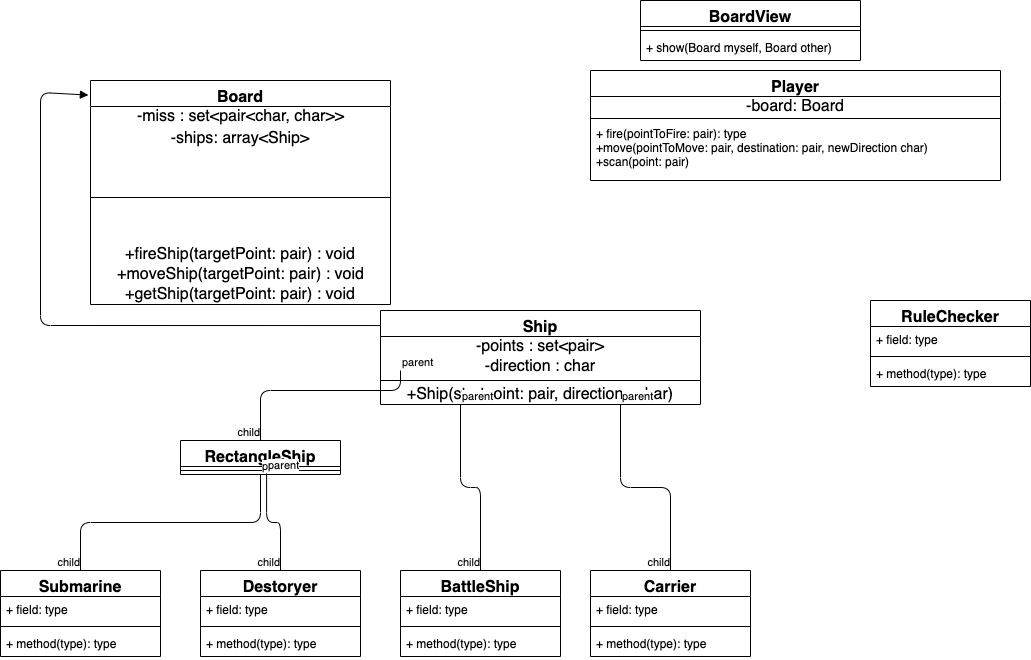
Earlier version of the draw.io export battleShipUML.png (oliverliucg/battleship-cppversion). Source tidied: cells renumbered, new cells last; positions are measured from the earlier drawing's top-left corner, leaving out a move shared by most shapes.
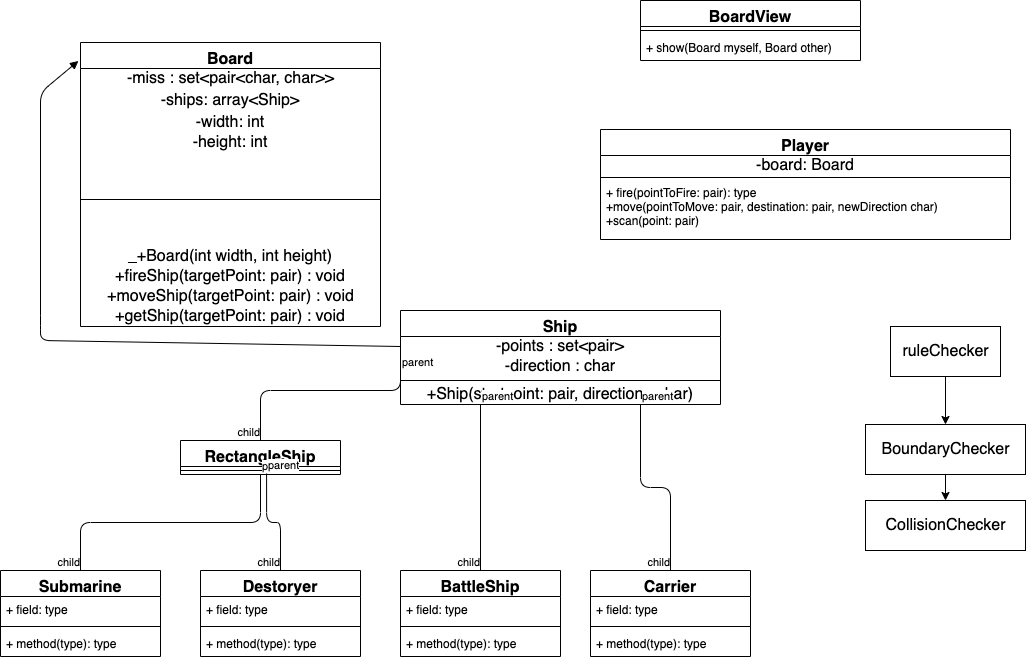
The same diagram one commit later.

The edit, as a diff of the source:
```diff
@@ -3,7 +3,7 @@
     <mxCell id="0" />
     <mxCell id="1" parent="0" />
     <mxCell id="2" value="Board" style="swimlane;fontStyle=1;align=center;verticalAlign=top;horizontal=1;startSize=26;glass=0;fontSize=16;" parent="1" vertex="1">
-      <mxGeometry x="90" y="80" width="300" height="224" as="geometry" />
+      <mxGeometry x="80" y="42" width="300" height="284" as="geometry" />
     </mxCell>
     <mxCell id="3" value="&lt;span&gt;-miss : set&amp;lt;pair&amp;lt;char, char&amp;gt;&amp;gt;&lt;/span&gt;" style="text;html=1;align=center;verticalAlign=middle;strokeColor=none;fillColor=none;fontSize=16;" parent="2" vertex="1">
       <mxGeometry y="26" width="300" height="20" as="geometry" />
@@ -11,17 +11,26 @@
     <mxCell id="4" value="-ships: array&amp;lt;Ship&amp;gt;" style="text;html=1;strokeColor=none;fillColor=none;align=center;verticalAlign=middle;whiteSpace=wrap;rounded=0;glass=0;fontSize=16;" parent="2" vertex="1">
       <mxGeometry y="46" width="300" height="24" as="geometry" />
     </mxCell>
+    <mxCell id="59" value="-width: int" style="text;html=1;strokeColor=none;fillColor=none;align=center;verticalAlign=middle;whiteSpace=wrap;rounded=0;glass=0;fontSize=16;" parent="2" vertex="1">
+      <mxGeometry y="70" width="300" height="20" as="geometry" />
+    </mxCell>
+    <mxCell id="60" value="-height: int" style="text;html=1;strokeColor=none;fillColor=none;align=center;verticalAlign=middle;whiteSpace=wrap;rounded=0;glass=0;fontSize=16;" parent="2" vertex="1">
+      <mxGeometry y="90" width="300" height="20" as="geometry" />
+    </mxCell>
     <mxCell id="5" style="line;strokeWidth=1;fillColor=none;align=left;verticalAlign=middle;spacingTop=-1;spacingLeft=3;spacingRight=3;labelPosition=right;" parent="2" vertex="1">
-      <mxGeometry y="70" width="300" height="94" as="geometry" />
+      <mxGeometry y="110" width="300" height="94" as="geometry" />
     </mxCell>
+    <mxCell id="61" value="_+Board(int width, int height)" style="text;html=1;strokeColor=none;fillColor=none;align=center;verticalAlign=middle;whiteSpace=wrap;rounded=0;glass=0;fontSize=16;" parent="2" vertex="1">
+      <mxGeometry y="204" width="300" height="20" as="geometry" />
+    </mxCell>
     <mxCell id="6" value="+fireShip(targetPoint: pair) : void" style="text;html=1;strokeColor=none;fillColor=none;align=center;verticalAlign=middle;whiteSpace=wrap;rounded=0;glass=0;fontSize=16;" parent="2" vertex="1">
-      <mxGeometry y="164" width="300" height="20" as="geometry" />
+      <mxGeometry y="224" width="300" height="20" as="geometry" />
     </mxCell>
     <mxCell id="7" value="+moveShip(targetPoint: pair) : void" style="text;html=1;align=center;verticalAlign=middle;strokeColor=none;fillColor=none;fontSize=16;" parent="2" vertex="1">
-      <mxGeometry y="184" width="300" height="20" as="geometry" />
+      <mxGeometry y="244" width="300" height="20" as="geometry" />
     </mxCell>
     <mxCell id="8" value="+getShip(targetPoint: pair) : void" style="text;html=1;strokeColor=none;fillColor=none;align=center;verticalAlign=middle;whiteSpace=wrap;rounded=0;glass=0;fontSize=16;" parent="2" vertex="1">
-      <mxGeometry y="204" width="300" height="20" as="geometry" />
+      <mxGeometry y="264" width="300" height="20" as="geometry" />
     </mxCell>
     <mxCell id="9" value="RectangleShip" style="swimlane;fontStyle=1;align=center;verticalAlign=top;horizontal=1;startSize=26;glass=0;fontSize=16;" parent="1" vertex="1">
       <mxGeometry x="180" y="440" width="160" height="34" as="geometry" />
@@ -78,7 +87,7 @@
       <mxGeometry y="60" width="160" height="26" as="geometry" />
     </mxCell>
     <mxCell id="27" value="Player" style="swimlane;fontStyle=1;align=center;verticalAlign=top;horizontal=1;startSize=26;glass=0;fontSize=16;" parent="1" vertex="1">
-      <mxGeometry x="590" y="70" width="410" height="110" as="geometry" />
+      <mxGeometry x="600" y="129" width="410" height="110" as="geometry" />
     </mxCell>
     <mxCell id="28" value="-board: Board" style="text;html=1;strokeColor=none;fillColor=none;align=center;verticalAlign=middle;whiteSpace=wrap;rounded=0;glass=0;fontSize=16;" parent="27" vertex="1">
       <mxGeometry y="26" width="410" height="20" as="geometry" />
@@ -98,16 +107,17 @@
     <mxCell id="33" value="+ show(Board myself, Board other)" style="text;strokeColor=none;fillColor=none;align=left;verticalAlign=top;spacingLeft=4;spacingRight=4;overflow=hidden;" parent="31" vertex="1">
       <mxGeometry y="34" width="220" height="26" as="geometry" />
     </mxCell>
-    <mxCell id="34" style="html=1;verticalAlign=bottom;endArrow=block;fontSize=16;exitX=0;exitY=0.16;exitDx=0;exitDy=0;exitPerimeter=0;entryX=-0.007;entryY=0.065;entryDx=0;entryDy=0;entryPerimeter=0;" parent="1" edge="1" source="35" target="2">
+    <mxCell id="34" style="html=1;verticalAlign=bottom;endArrow=block;fontSize=16;exitX=0;exitY=0.5;exitDx=0;exitDy=0;entryX=-0.007;entryY=0.065;entryDx=0;entryDy=0;entryPerimeter=0;" parent="1" edge="1" source="36" target="2">
       <mxGeometry relative="1" as="geometry">
         <Array as="points">
+          <mxPoint x="40" y="340" />
           <mxPoint x="40" y="325" />
           <mxPoint x="40" y="92" />
         </Array>
       </mxGeometry>
     </mxCell>
     <mxCell id="35" value="Ship" style="swimlane;fontStyle=1;align=center;verticalAlign=top;horizontal=1;startSize=26;glass=0;fontSize=16;" parent="1" vertex="1">
-      <mxGeometry x="380" y="310" width="320" height="94" as="geometry" />
+      <mxGeometry x="400" y="310" width="320" height="94" as="geometry" />
     </mxCell>
     <mxCell id="36" value="-points : set&amp;lt;pair&amp;gt;" style="text;html=1;strokeColor=none;fillColor=none;align=center;verticalAlign=middle;whiteSpace=wrap;rounded=0;glass=0;fontSize=16;" parent="35" vertex="1">
       <mxGeometry y="26" width="320" height="20" as="geometry" />
@@ -172,17 +182,20 @@
     <mxCell id="54" value="child" style="edgeLabel;html=1;align=right;verticalAlign=bottom;" parent="52" vertex="1">
       <mxGeometry x="1" relative="1" as="geometry" />
     </mxCell>
-    <mxCell id="55" value="RuleChecker" style="swimlane;fontStyle=1;align=center;verticalAlign=top;horizontal=1;startSize=26;glass=0;fontSize=16;" parent="1" vertex="1">
-      <mxGeometry x="870" y="300" width="160" height="86" as="geometry" />
-    </mxCell>
-    <mxCell id="56" value="+ field: type" style="text;strokeColor=none;fillColor=none;align=left;verticalAlign=top;spacingLeft=4;spacingRight=4;overflow=hidden;" parent="55" vertex="1">
-      <mxGeometry y="26" width="160" height="26" as="geometry" />
-    </mxCell>
-    <mxCell id="57" style="line;strokeWidth=1;fillColor=none;align=left;verticalAlign=middle;spacingTop=-1;spacingLeft=3;spacingRight=3;labelPosition=right;" parent="55" vertex="1">
-      <mxGeometry y="52" width="160" height="8" as="geometry" />
-    </mxCell>
-    <mxCell id="58" value="+ method(type): type" style="text;strokeColor=none;fillColor=none;align=left;verticalAlign=top;spacingLeft=4;spacingRight=4;overflow=hidden;" parent="55" vertex="1">
-      <mxGeometry y="60" width="160" height="26" as="geometry" />
-    </mxCell>
+    <mxCell id="62" value="ruleChecker" style="html=1;glass=0;fontSize=16;" parent="1" vertex="1">
+      <mxGeometry x="890" y="326" width="110" height="50" as="geometry" />
+    </mxCell>
+    <mxCell id="63" value="BoundaryChecker" style="html=1;glass=0;fontSize=16;" parent="1" vertex="1">
+      <mxGeometry x="865" y="424" width="160" height="50" as="geometry" />
+    </mxCell>
+    <mxCell id="64" value="CollisionChecker" style="html=1;glass=0;fontSize=16;" parent="1" vertex="1">
+      <mxGeometry x="865" y="500" width="160" height="50" as="geometry" />
+    </mxCell>
+    <mxCell id="65" style="endArrow=classic;html=1;fontSize=16;exitX=0.5;exitY=1;exitDx=0;exitDy=0;entryX=0.5;entryY=0;entryDx=0;entryDy=0;" parent="1" edge="1" source="62" target="63">
+      <mxGeometry relative="1" as="geometry" />
+    </mxCell>
+    <mxCell id="66" style="endArrow=classic;html=1;fontSize=16;exitX=0.5;exitY=1;exitDx=0;exitDy=0;" parent="1" edge="1" source="63" target="64">
+      <mxGeometry relative="1" as="geometry" />
+    </mxCell>
   </root>
 </mxGraphModel>
```
